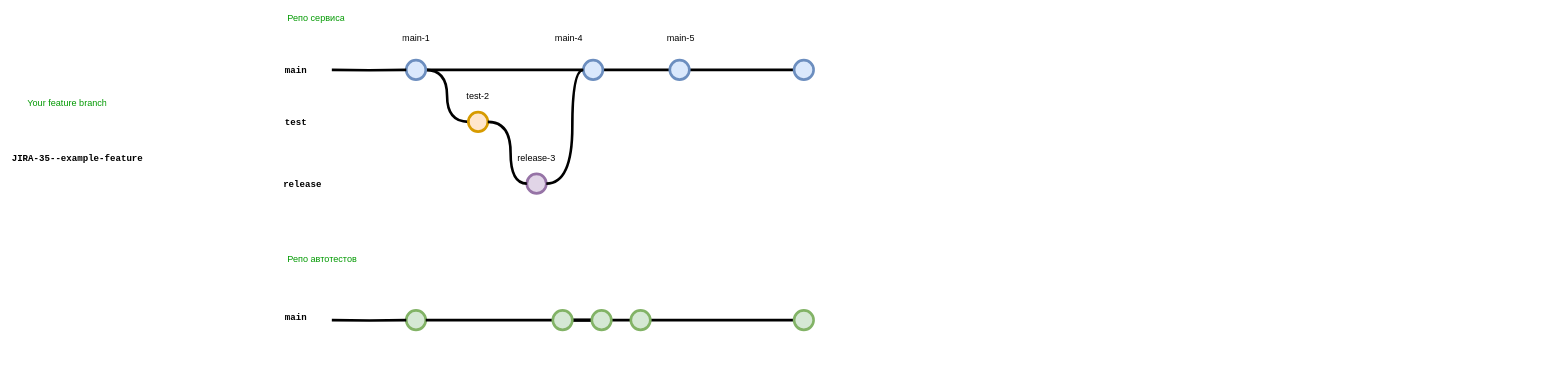
Above: testflow.drawio in aa-nikitiuk/drawio (draw.io), before the change. Source tidied: cells renumbered, new cells numbered last; positions are measured from the earlier drawing's top-left corner, leaving out a move shared by most shapes. Both pictures are drawn from the tidied source at 65%, with x=0, y=0 at pixel (10, 11).
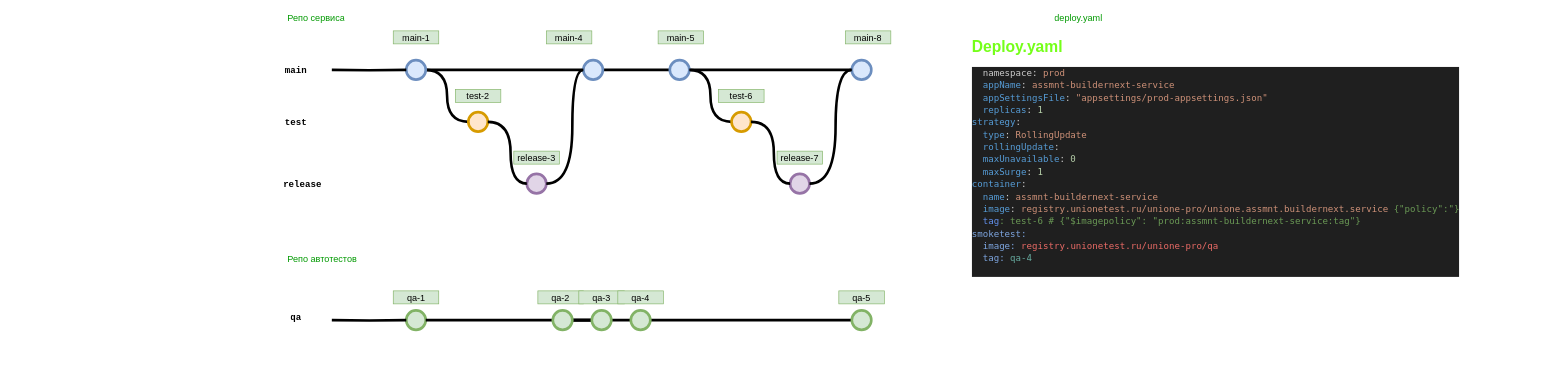
After the change.

The change refers to these unchanged cells:
```xml
<mxCell id="8" style="verticalLabelPosition=bottom;verticalAlign=top;html=1;strokeWidth=4;shape=mxgraph.flowchart.on-page_reference;strokeColor=#6c8ebf;fillColor=#dae8fc;" parent="1" vertex="1">
  <mxGeometry x="1014" y="75" width="30" height="30" as="geometry" />
</mxCell>
```

What changed in the source:
```diff
@@
     <mxCell id="9" style="verticalLabelPosition=bottom;verticalAlign=top;html=1;strokeWidth=4;shape=mxgraph.flowchart.on-page_reference;strokeColor=#6c8ebf;fillColor=#dae8fc;" parent="1" vertex="1">
-      <mxGeometry x="1205.2" y="75" width="30" height="30" as="geometry" />
+      <mxGeometry x="1294" y="75" width="30" height="30" as="geometry" />
     </mxCell>
@@
-    <mxCell id="13" value="JIRA-35--example-feature" style="text;html=1;strokeColor=none;fillColor=none;align=left;verticalAlign=middle;whiteSpace=wrap;overflow=hidden;fontSize=14;fontStyle=1;fontFamily=Courier New;" parent="1" vertex="1">
-      <mxGeometry x="0.1" y="215" width="240" height="20" as="geometry" />
-    </mxCell>
@@
-    <mxCell id="15" value="Your feature branch" style="text;html=1;strokeColor=none;fillColor=none;align=left;verticalAlign=middle;whiteSpace=wrap;overflow=hidden;fontSize=14;fontStyle=0;fontColor=#009900;" parent="1" vertex="1">
-      <mxGeometry x="24" y="130" width="202.2" height="20" as="geometry" />
+    <mxCell id="15" value="deploy.yaml" style="text;html=1;strokeColor=none;fillColor=none;align=left;verticalAlign=middle;whiteSpace=wrap;overflow=hidden;fontSize=14;fontStyle=0;fontColor=#009900;" parent="1" vertex="1">
+      <mxGeometry x="1604" width="80" height="20" as="geometry" />
     </mxCell>
-    <mxCell id="16" value="main-1" style="text;html=1;strokeColor=none;fillColor=none;align=center;verticalAlign=middle;whiteSpace=wrap;overflow=hidden;fontSize=14;" parent="1" vertex="1">
+    <mxCell id="16" value="main-1" style="text;html=1;strokeColor=#82b366;fillColor=#d5e8d4;align=center;verticalAlign=middle;whiteSpace=wrap;overflow=hidden;fontSize=14;" parent="1" vertex="1">
       <mxGeometry x="588.5" y="30" width="70" height="20" as="geometry" />
     </mxCell>
-    <mxCell id="17" value="test-2" style="text;html=1;strokeColor=none;fillColor=none;align=center;verticalAlign=middle;whiteSpace=wrap;overflow=hidden;fontSize=14;" parent="1" vertex="1">
+    <mxCell id="17" value="test-2" style="text;html=1;strokeColor=#82b366;fillColor=#d5e8d4;align=center;verticalAlign=middle;whiteSpace=wrap;overflow=hidden;fontSize=14;" parent="1" vertex="1">
       <mxGeometry x="684" y="120" width="70" height="20" as="geometry" />
     </mxCell>
@@
     <mxCell id="25" style="verticalLabelPosition=bottom;verticalAlign=top;html=1;strokeWidth=4;shape=mxgraph.flowchart.on-page_reference;strokeColor=#82b366;fillColor=#d5e8d4;" parent="1" vertex="1">
-      <mxGeometry x="1205.2" y="460" width="30" height="30" as="geometry" />
+      <mxGeometry x="1294" y="460" width="30" height="30" as="geometry" />
     </mxCell>
@@
-    <mxCell id="27" value="main" style="text;html=1;strokeColor=none;fillColor=none;align=center;verticalAlign=middle;whiteSpace=wrap;overflow=hidden;fontSize=14;fontStyle=1;fontFamily=Courier New;" parent="1" vertex="1">
+    <mxCell id="27" value="qa" style="text;html=1;strokeColor=none;fillColor=none;align=center;verticalAlign=middle;whiteSpace=wrap;overflow=hidden;fontSize=14;fontStyle=1;fontFamily=Courier New;" parent="1" vertex="1">
       <mxGeometry x="414" y="460" width="50" height="20" as="geometry" />
     </mxCell>
@@
-    <mxCell id="36" value="release-3" style="text;html=1;strokeColor=none;fillColor=none;align=center;verticalAlign=middle;whiteSpace=wrap;overflow=hidden;fontSize=14;" parent="1" vertex="1">
+    <mxCell id="36" value="release-3" style="text;html=1;strokeColor=#82b366;fillColor=#d5e8d4;align=center;verticalAlign=middle;whiteSpace=wrap;overflow=hidden;fontSize=14;" parent="1" vertex="1">
       <mxGeometry x="774" y="215" width="70" height="20" as="geometry" />
     </mxCell>
-    <mxCell id="37" value="main-4" style="text;html=1;strokeColor=none;fillColor=none;align=center;verticalAlign=middle;whiteSpace=wrap;overflow=hidden;fontSize=14;" parent="1" vertex="1">
+    <mxCell id="37" value="main-4" style="text;html=1;strokeColor=#82b366;fillColor=#d5e8d4;align=center;verticalAlign=middle;whiteSpace=wrap;overflow=hidden;fontSize=14;" parent="1" vertex="1">
       <mxGeometry x="824" y="30" width="70" height="20" as="geometry" />
     </mxCell>
-    <mxCell id="38" value="main-5" style="text;html=1;strokeColor=none;fillColor=none;align=center;verticalAlign=middle;whiteSpace=wrap;overflow=hidden;fontSize=14;" parent="1" vertex="1">
+    <mxCell id="38" value="main-5" style="text;html=1;strokeColor=#82b366;fillColor=#d5e8d4;align=center;verticalAlign=middle;whiteSpace=wrap;overflow=hidden;fontSize=14;" parent="1" vertex="1">
       <mxGeometry x="996" y="30" width="70" height="20" as="geometry" />
     </mxCell>
@@
+    <mxCell id="40" value="qa-1" style="text;html=1;strokeColor=#82b366;fillColor=#d5e8d4;align=center;verticalAlign=middle;whiteSpace=wrap;overflow=hidden;fontSize=14;" parent="1" vertex="1">
+      <mxGeometry x="588.5" y="430" width="70" height="20" as="geometry" />
+    </mxCell>
+    <mxCell id="41" value="qa-2" style="text;html=1;strokeColor=#82b366;fillColor=#d5e8d4;align=center;verticalAlign=middle;whiteSpace=wrap;overflow=hidden;fontSize=14;" parent="1" vertex="1">
+      <mxGeometry x="811" y="430" width="70" height="20" as="geometry" />
+    </mxCell>
+    <mxCell id="42" value="qa-3" style="text;html=1;strokeColor=#82b366;fillColor=#d5e8d4;align=center;verticalAlign=middle;whiteSpace=wrap;overflow=hidden;fontSize=14;" parent="1" vertex="1">
+      <mxGeometry x="874" y="430" width="70" height="20" as="geometry" />
+    </mxCell>
+    <mxCell id="43" value="qa-4" style="text;html=1;strokeColor=#82b366;fillColor=#d5e8d4;align=center;verticalAlign=middle;whiteSpace=wrap;overflow=hidden;fontSize=14;" parent="1" vertex="1">
+      <mxGeometry x="934" y="430" width="70" height="20" as="geometry" />
+    </mxCell>
+    <mxCell id="44" value="qa-5" style="text;html=1;strokeColor=#82b366;fillColor=#d5e8d4;align=center;verticalAlign=middle;whiteSpace=wrap;overflow=hidden;fontSize=14;" parent="1" vertex="1">
+      <mxGeometry x="1274" y="430" width="70" height="20" as="geometry" />
+    </mxCell>
+    <mxCell id="45" style="edgeStyle=orthogonalEdgeStyle;curved=1;rounded=0;html=1;exitX=1;exitY=0.5;exitPerimeter=0;entryX=0;entryY=0.5;entryPerimeter=0;endArrow=none;endFill=0;jettySize=auto;strokeWidth=4;fontSize=15;exitDx=0;exitDy=0;" parent="1" edge="1" source="8" target="46">
+      <mxGeometry relative="1" as="geometry" />
+    </mxCell>
+    <mxCell id="46" style="verticalLabelPosition=bottom;verticalAlign=top;html=1;strokeWidth=4;shape=mxgraph.flowchart.on-page_reference;strokeColor=#d79b00;fillColor=#ffe6cc;" parent="1" vertex="1">
+      <mxGeometry x="1109" y="155" width="30" height="30" as="geometry" />
+    </mxCell>
+    <mxCell id="47" value="test-6" style="text;html=1;strokeColor=#82b366;fillColor=#d5e8d4;align=center;verticalAlign=middle;whiteSpace=wrap;overflow=hidden;fontSize=14;" parent="1" vertex="1">
+      <mxGeometry x="1089" y="120" width="70" height="20" as="geometry" />
+    </mxCell>
+    <mxCell id="48" style="verticalLabelPosition=bottom;verticalAlign=top;html=1;strokeWidth=4;shape=mxgraph.flowchart.on-page_reference;strokeColor=#9673a6;fillColor=#e1d5e7;" parent="1" vertex="1">
+      <mxGeometry x="1199" y="250" width="30" height="30" as="geometry" />
+    </mxCell>
+    <mxCell id="49" style="edgeStyle=orthogonalEdgeStyle;curved=1;rounded=0;html=1;exitX=1;exitY=0.5;exitPerimeter=0;entryX=0;entryY=0.5;entryPerimeter=0;endArrow=none;endFill=0;jettySize=auto;strokeWidth=4;fontSize=15;exitDx=0;exitDy=0;entryDx=0;entryDy=0;" parent="1" edge="1" source="46" target="48">
+      <mxGeometry relative="1" as="geometry">
+        <Array as="points">
+          <mxPoint x="1174" y="170" />
+          <mxPoint x="1174" y="265" />
+        </Array>
+      </mxGeometry>
+    </mxCell>
+    <mxCell id="50" value="release-7" style="text;html=1;strokeColor=#82b366;fillColor=#d5e8d4;align=center;verticalAlign=middle;whiteSpace=wrap;overflow=hidden;fontSize=14;" parent="1" vertex="1">
+      <mxGeometry x="1179" y="215" width="70" height="20" as="geometry" />
+    </mxCell>
+    <mxCell id="51" style="edgeStyle=orthogonalEdgeStyle;curved=1;rounded=0;html=1;exitX=1;exitY=0.5;exitPerimeter=0;endArrow=none;endFill=0;jettySize=auto;strokeWidth=4;fontSize=15;exitDx=0;exitDy=0;entryX=0;entryY=0.5;entryDx=0;entryDy=0;entryPerimeter=0;" parent="1" edge="1" source="48" target="9">
+      <mxGeometry relative="1" as="geometry">
+        <Array as="points">
+          <mxPoint x="1269" y="265" />
+          <mxPoint x="1269" y="90" />
+        </Array>
+      </mxGeometry>
+    </mxCell>
+    <mxCell id="52" value="main-8" style="text;html=1;strokeColor=#82b366;fillColor=#d5e8d4;align=center;verticalAlign=middle;whiteSpace=wrap;overflow=hidden;fontSize=14;" parent="1" vertex="1">
+      <mxGeometry x="1284" y="30" width="70" height="20" as="geometry" />
+    </mxCell>
+    <mxCell id="53" value="&lt;h1&gt;&lt;span style=&quot;background-color: initial;&quot;&gt;&lt;font color=&quot;#75ff19&quot;&gt;Deploy.yaml&lt;/font&gt;&lt;/span&gt;&lt;/h1&gt;&lt;h1&gt;&lt;div style=&quot;background-color: rgb(31, 31, 31); font-family: &amp;quot;Droid Sans Mono&amp;quot;, &amp;quot;monospace&amp;quot;, monospace; font-weight: normal; font-size: 14px; line-height: 19px;&quot;&gt;&lt;div style=&quot;color: rgb(204, 204, 204);&quot;&gt;&amp;nbsp; namespace: &lt;span style=&quot;color: #ce9178;&quot;&gt;prod&lt;/span&gt;&lt;/div&gt;&lt;div style=&quot;color: rgb(204, 204, 204);&quot;&gt;    &lt;span style=&quot;color: #569cd6;&quot;&gt;&amp;nbsp; appName&lt;/span&gt;: &lt;span style=&quot;color: #ce9178;&quot;&gt;assmnt-buildernext-service&lt;/span&gt;&lt;/div&gt;&lt;div style=&quot;color: rgb(204, 204, 204);&quot;&gt;    &lt;span style=&quot;color: #569cd6;&quot;&gt;&amp;nbsp; appSettingsFile&lt;/span&gt;: &lt;span style=&quot;color: #ce9178;&quot;&gt;&quot;appsettings/prod-appsettings.json&quot;&lt;/span&gt;&lt;/div&gt;&lt;div style=&quot;color: rgb(204, 204, 204);&quot;&gt;    &lt;span style=&quot;color: #569cd6;&quot;&gt;&amp;nbsp; replicas&lt;/span&gt;: &lt;span style=&quot;color: #b5cea8;&quot;&gt;1&lt;/span&gt;&lt;/div&gt;&lt;div style=&quot;color: rgb(204, 204, 204);&quot;&gt;    &lt;span style=&quot;color: #569cd6;&quot;&gt;strategy&lt;/span&gt;:&lt;/div&gt;&lt;div style=&quot;color: rgb(204, 204, 204);&quot;&gt;      &lt;span style=&quot;color: #569cd6;&quot;&gt;&amp;nbsp; type&lt;/span&gt;: &lt;span style=&quot;color: #ce9178;&quot;&gt;RollingUpdate&lt;/span&gt;&lt;/div&gt;&lt;div style=&quot;color: rgb(204, 204, 204);&quot;&gt;      &lt;span style=&quot;color: #569cd6;&quot;&gt;&amp;nbsp; rollingUpdate&lt;/span&gt;:&lt;/div&gt;&lt;div style=&quot;color: rgb(204, 204, 204);&quot;&gt;        &lt;span style=&quot;color: #569cd6;&quot;&gt;&amp;nbsp; maxUnavailable&lt;/span&gt;: &lt;span style=&quot;color: #b5cea8;&quot;&gt;0&lt;/span&gt;&lt;/div&gt;&lt;div style=&quot;color: rgb(204, 204, 204);&quot;&gt;        &lt;span style=&quot;color: #569cd6;&quot;&gt;&amp;nbsp; maxSurge&lt;/span&gt;: &lt;span style=&quot;color: #b5cea8;&quot;&gt;1&lt;/span&gt;&lt;/div&gt;&lt;div style=&quot;color: rgb(204, 204, 204);&quot;&gt;    &lt;span style=&quot;color: #569cd6;&quot;&gt;container&lt;/span&gt;:&lt;/div&gt;&lt;div style=&quot;color: rgb(204, 204, 204);&quot;&gt;      &lt;span style=&quot;color: #569cd6;&quot;&gt;&amp;nbsp; name&lt;/span&gt;: &lt;span style=&quot;color: #ce9178;&quot;&gt;assmnt-buildernext-service&lt;/span&gt;&lt;/div&gt;&lt;div style=&quot;color: rgb(204, 204, 204);&quot;&gt;      &lt;span style=&quot;color: #569cd6;&quot;&gt;&amp;nbsp; image&lt;/span&gt;: &lt;span style=&quot;color: #ce9178;&quot;&gt;registry.unionetest.ru/unione-pro/unione.assmnt.buildernext.service&lt;/span&gt; &lt;span style=&quot;color: #6a9955;&quot;&gt;{&quot;policy&quot;:&quot;}&lt;/span&gt;&lt;/div&gt;&lt;div style=&quot;&quot;&gt;&lt;span style=&quot;color: rgb(106, 153, 85);&quot;&gt;&amp;nbsp; &lt;/span&gt;&lt;font color=&quot;#6391ee&quot;&gt;tag&lt;/font&gt;&lt;span style=&quot;color: rgb(106, 153, 85);&quot;&gt;: test-6 # {&quot;$imagepolicy&quot;: &quot;prod:assmnt-buildernext-service:tag&quot;}&lt;/span&gt;&lt;/div&gt;&lt;div style=&quot;&quot;&gt;&lt;font color=&quot;#7ea6e0&quot;&gt;smoketest:&lt;/font&gt;&lt;/div&gt;&lt;div style=&quot;&quot;&gt;&lt;font color=&quot;#6a9955&quot;&gt;&amp;nbsp; &lt;/font&gt;&lt;font color=&quot;#7ea6e0&quot;&gt;image:&lt;/font&gt;&lt;font color=&quot;#6a9955&quot;&gt;&amp;nbsp;&lt;/font&gt;&lt;font color=&quot;#ea6b66&quot;&gt;registry.unionetest.ru/unione-pro/qa&lt;/font&gt;&lt;/div&gt;&lt;div style=&quot;&quot;&gt;&lt;font color=&quot;#ea6b66&quot;&gt;&amp;nbsp; &lt;/font&gt;&lt;font color=&quot;#7ea6e0&quot;&gt;tag:&lt;/font&gt;&lt;font color=&quot;#67ab9f&quot;&gt; qa-4&lt;/font&gt;&lt;/div&gt;&lt;div style=&quot;color: rgb(204, 204, 204);&quot;&gt;&lt;br&gt;&lt;/div&gt;&lt;/div&gt;&lt;/h1&gt;" style="text;html=1;strokeColor=none;fillColor=none;spacing=5;spacingTop=-20;whiteSpace=wrap;overflow=hidden;rounded=0;" parent="1" vertex="1">
+      <mxGeometry x="1474" y="35" width="870" height="515" as="geometry" />
+    </mxCell>
```
